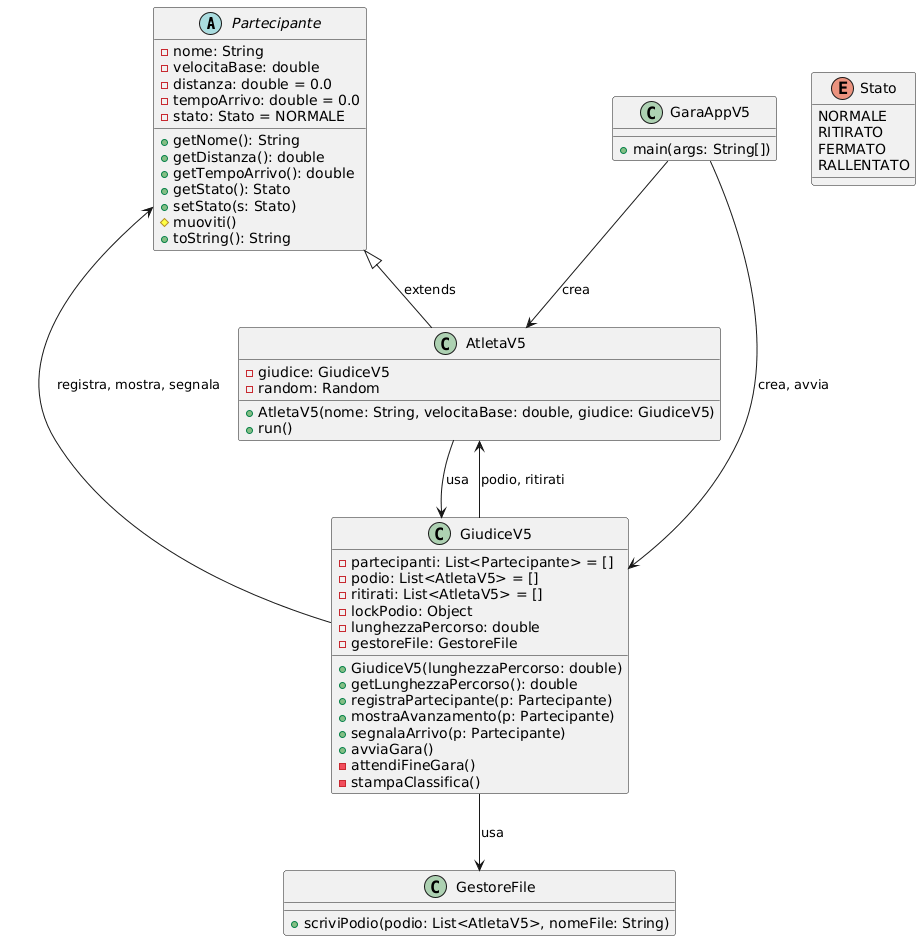
Earlier version of the PlantUML export uml_GaraAtletiV5.png (Hasanix07/GaraAtletica).
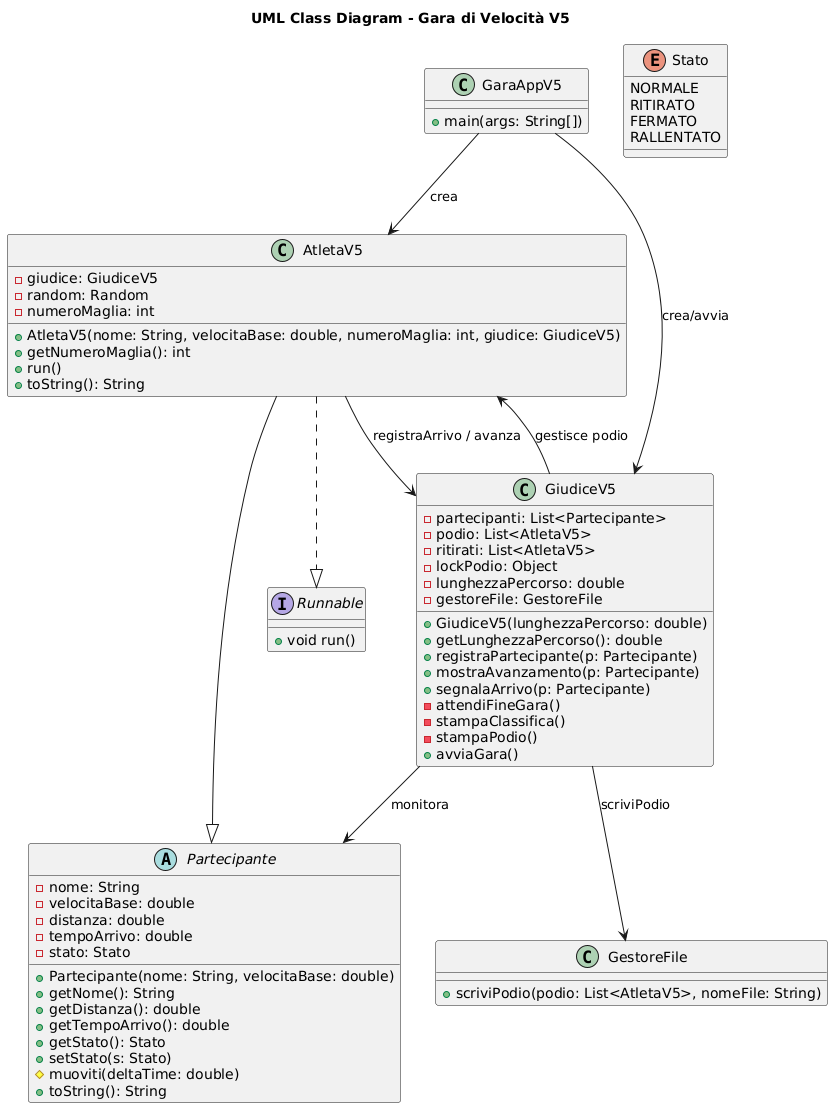
The same file after the commit.

The edit, as a diff of the source:
```diff
@@ -1,17 +1,23 @@
 @startuml
+title UML Class Diagram - Gara di Velocità V5
+
+interface Runnable {
+    +void run()
+}
 
 abstract class Partecipante {
     - nome: String
     - velocitaBase: double
-    - distanza: double = 0.0
-    - tempoArrivo: double = 0.0
-    - stato: Stato = NORMALE
+    - distanza: double
+    - tempoArrivo: double
+    - stato: Stato
+    + Partecipante(nome: String, velocitaBase: double)
     + getNome(): String
     + getDistanza(): double
     + getTempoArrivo(): double
     + getStato(): Stato
     + setStato(s: Stato)
-    # muoviti()
+    # muoviti(deltaTime: double)
     + toString(): String
 }
 
@@ -25,14 +31,17 @@
 class AtletaV5 {
     - giudice: GiudiceV5
     - random: Random
-    + AtletaV5(nome: String, velocitaBase: double, giudice: GiudiceV5)
+    - numeroMaglia: int
+    + AtletaV5(nome: String, velocitaBase: double, numeroMaglia: int, giudice: GiudiceV5)
+    + getNumeroMaglia(): int
     + run()
+    + toString(): String
 }
 
 class GiudiceV5 {
-    - partecipanti: List<Partecipante> = []
-    - podio: List<AtletaV5> = []
-    - ritirati: List<AtletaV5> = []
+    - partecipanti: List<Partecipante>
+    - podio: List<AtletaV5>
+    - ritirati: List<AtletaV5>
     - lockPodio: Object
     - lunghezzaPercorso: double
     - gestoreFile: GestoreFile
@@ -41,9 +50,10 @@
     + registraPartecipante(p: Partecipante)
     + mostraAvanzamento(p: Partecipante)
     + segnalaArrivo(p: Partecipante)
-    + avviaGara()
     - attendiFineGara()
     - stampaClassifica()
+    - stampaPodio()
+    + avviaGara()
 }
 
 class GestoreFile {
@@ -54,12 +64,12 @@
     + main(args: String[])
 }
 
-
-Partecipante <|-- AtletaV5 : extends
-AtletaV5 --> GiudiceV5 : usa
-GiudiceV5 --> Partecipante : registra, mostra, segnala
-GiudiceV5 --> AtletaV5 : podio, ritirati
-GiudiceV5 --> GestoreFile : usa
-GaraAppV5 --> GiudiceV5 : crea, avvia
+Partecipante <|-- AtletaV5
+AtletaV5 ..|> Runnable
+AtletaV5 --> GiudiceV5 : registraArrivo / avanza
+GiudiceV5 --> Partecipante : monitora
+GiudiceV5 --> AtletaV5 : gestisce podio
+GiudiceV5 --> GestoreFile : scriviPodio
+GaraAppV5 --> GiudiceV5 : crea/avvia
 GaraAppV5 --> AtletaV5 : crea
 @enduml
```
